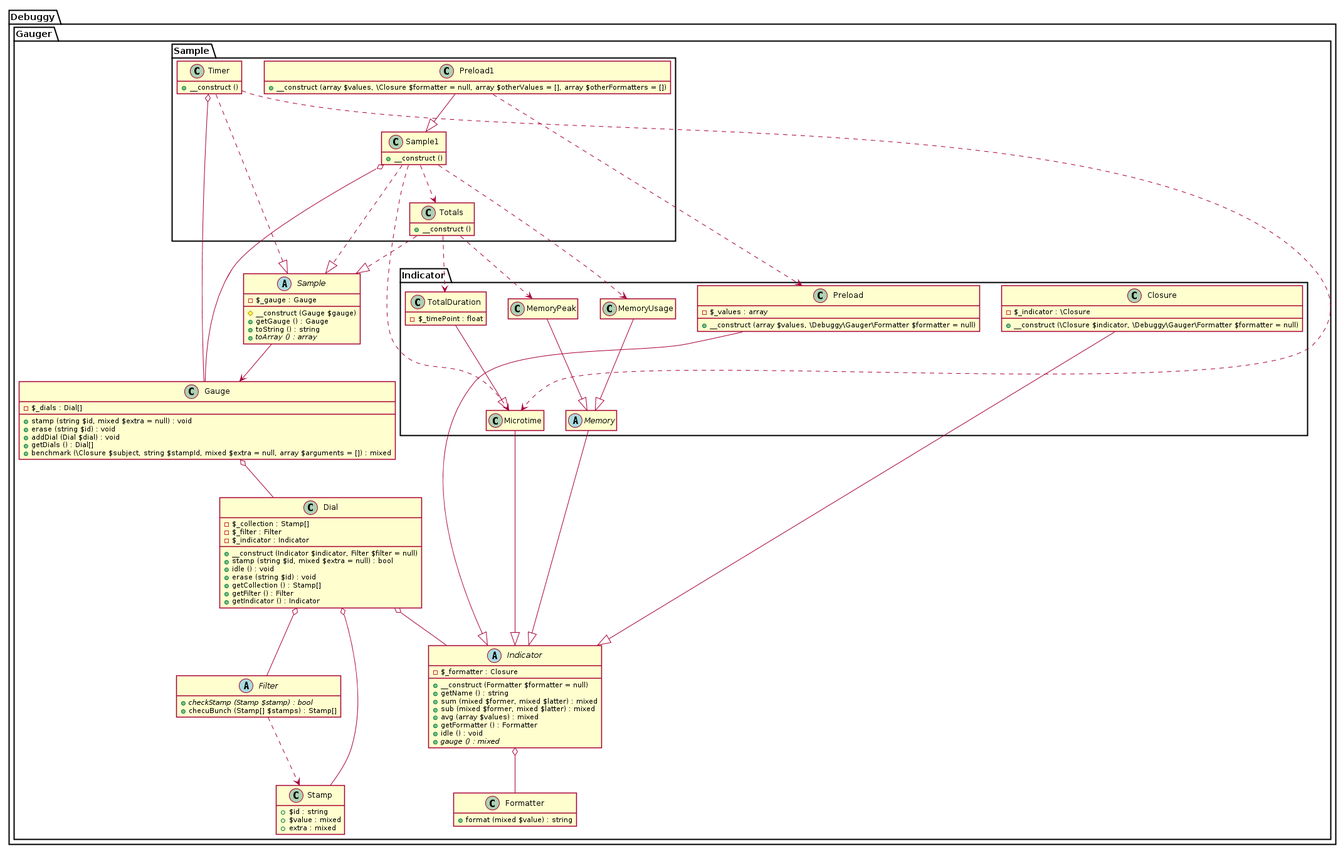
The PlantUML diagram uml/plantuml/samples.png in dnsl48/gauger, before a commit.
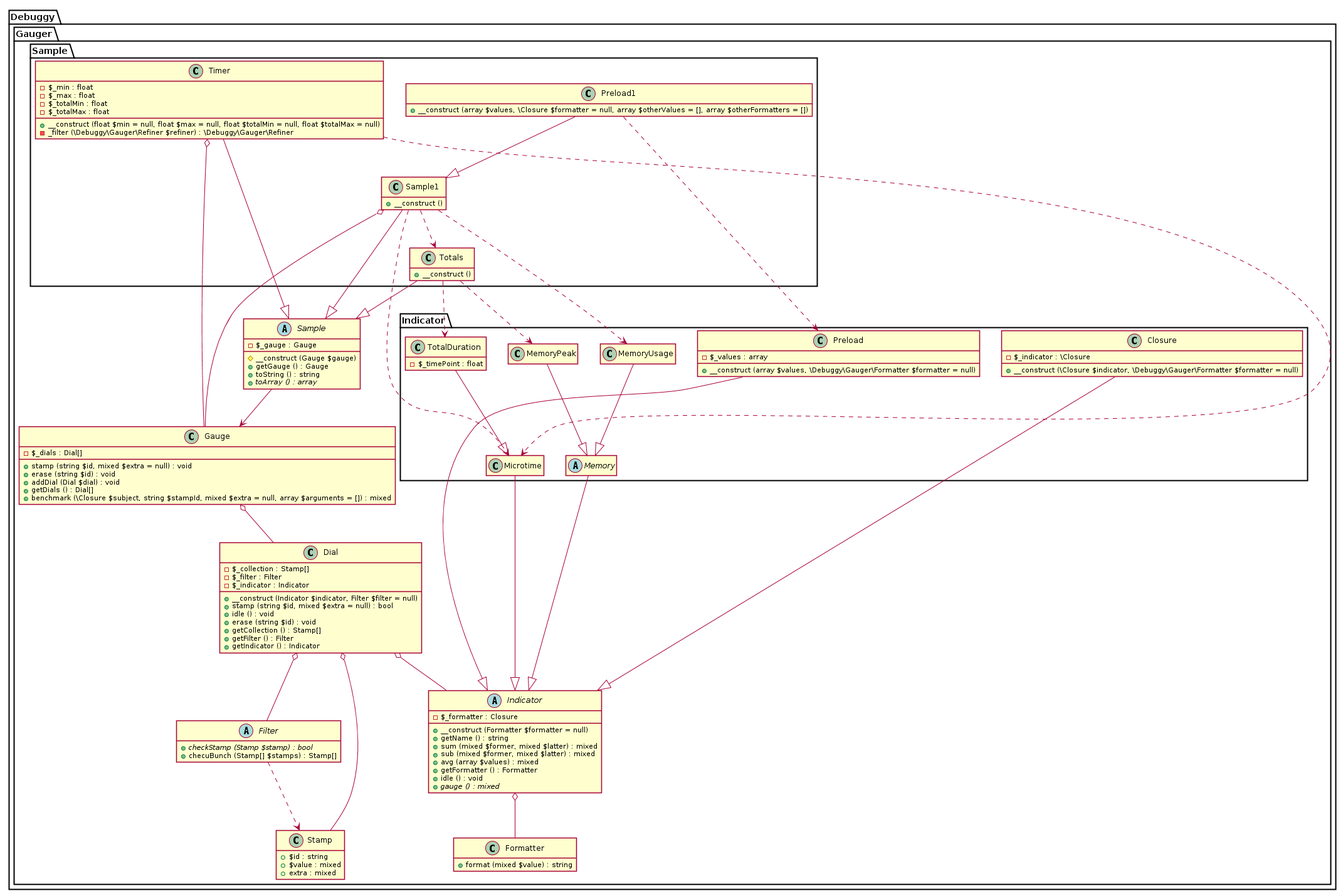
After the commit.

Commit message:
Refiner::Total implementation; Sample::Timer uses filters now;

Change to the diagram source:
```diff
@@ -205,7 +205,7 @@
 				+ __construct ()
 			}
 
-			Totals ..|> .Gauger._Sample
+			Totals --|> .Gauger._Sample
 			Totals ..> .Gauger.Indicator.TotalDuration
 			Totals ..> .Gauger.Indicator.MemoryPeak
 
@@ -214,7 +214,7 @@
 				+ __construct ()
 			}
 
-			Sample1 ..|> .Gauger._Sample
+			Sample1 --|> .Gauger._Sample
 			Sample1 ..> Totals
 			Sample1 ..> .Gauger.Indicator.Microtime
 			Sample1 ..> .Gauger.Indicator.MemoryUsage
@@ -230,10 +230,15 @@
 
 
 			class Timer {
-				+ __construct ()
+				- $_min : float
+				- $_max : float
+				- $_totalMin : float
+				- $_totalMax : float
+				+ __construct (float $min = null, float $max = null, float $totalMin = null, float $totalMax = null)
+				- _filter (\Debuggy\Gauger\Refiner $refiner) : \Debuggy\Gauger\Refiner
 			}
 
-			Timer ..|> .Gauger._Sample
+			Timer --|> .Gauger._Sample
 			Timer ..> .Gauger.Indicator.Microtime
 			Timer o-- .Gauger.Gauge
 		}
```
